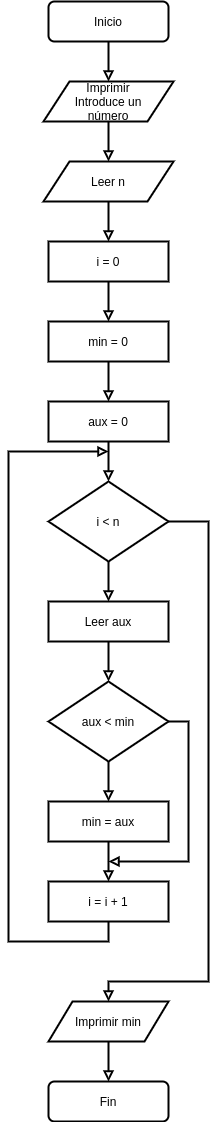
Above: sesion09/ejemplo02/imagenes/imagen1.png in manu-msr/uacm_ip20201 (draw.io), before the change. Source tidied: cells renumbered, new cells last; positions are measured from the earlier drawing's top-left corner, leaving out a move shared by most shapes.
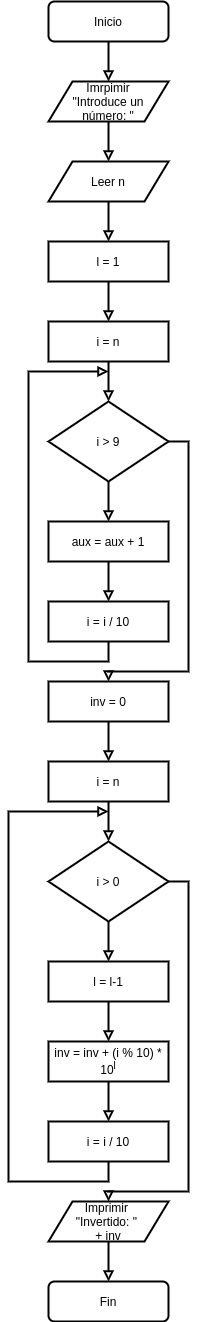
Later version of the same file.

Change to the diagram source:
```diff
@@ -2,105 +2,134 @@
   <root>
     <mxCell id="0" />
     <mxCell id="1" parent="0" />
-    <mxCell id="2" style="edgeStyle=orthogonalEdgeStyle;rounded=0;jettySize=auto;html=1;exitX=0.5;exitY=1;exitDx=0;exitDy=0;entryX=0.5;entryY=0;entryDx=0;entryDy=0;endArrow=block;endFill=0;strokeWidth=2;" parent="1" edge="1" source="3" target="5">
-      <mxGeometry relative="1" as="geometry" />
-    </mxCell>
+    <mxCell id="29" style="edgeStyle=orthogonalEdgeStyle;rounded=0;jettySize=auto;html=1;exitX=0.5;exitY=1;exitDx=0;exitDy=0;entryX=0.5;entryY=0;entryDx=0;entryDy=0;strokeWidth=2;endArrow=block;endFill=0;" parent="1" edge="1" source="3" target="31">
+      <mxGeometry relative="1" as="geometry" />
+    </mxCell>
     <mxCell id="3" value="Inicio" style="rounded=1;whiteSpace=wrap;html=1;strokeWidth=2;" parent="1" vertex="1">
-      <mxGeometry x="40" width="120" height="40" as="geometry" />
+      <mxGeometry x="120" width="120" height="40" as="geometry" />
     </mxCell>
-    <mxCell id="4" style="edgeStyle=orthogonalEdgeStyle;rounded=0;jettySize=auto;html=1;exitX=0.5;exitY=1;exitDx=0;exitDy=0;entryX=0.5;entryY=0;entryDx=0;entryDy=0;endArrow=block;endFill=0;strokeWidth=2;" parent="1" edge="1" source="5" target="7">
-      <mxGeometry relative="1" as="geometry" />
-    </mxCell>
-    <mxCell id="5" value="Imprimir&lt;br&gt;Introduce un&lt;br&gt;número" style="shape=parallelogram;perimeter=parallelogramPerimeter;whiteSpace=wrap;html=1;strokeWidth=2;" parent="1" vertex="1">
-      <mxGeometry x="35" y="80" width="130" height="40" as="geometry" />
-    </mxCell>
-    <mxCell id="6" style="edgeStyle=orthogonalEdgeStyle;rounded=0;jettySize=auto;html=1;exitX=0.5;exitY=1;exitDx=0;exitDy=0;entryX=0.5;entryY=0;entryDx=0;entryDy=0;endArrow=block;endFill=0;strokeWidth=2;" parent="1" edge="1" source="7" target="9">
-      <mxGeometry relative="1" as="geometry" />
-    </mxCell>
+    <mxCell id="30" style="edgeStyle=orthogonalEdgeStyle;rounded=0;jettySize=auto;html=1;exitX=0.5;exitY=1;exitDx=0;exitDy=0;endArrow=block;endFill=0;strokeWidth=2;" parent="1" edge="1" source="31" target="7">
+      <mxGeometry relative="1" as="geometry" />
+    </mxCell>
+    <mxCell id="31" value="Imrpimir&lt;br&gt;&quot;Introduce un&lt;br&gt;número: &quot;" style="shape=parallelogram;perimeter=parallelogramPerimeter;whiteSpace=wrap;html=1;strokeWidth=2;" parent="1" vertex="1">
+      <mxGeometry x="120" y="80" width="120" height="40" as="geometry" />
+    </mxCell>
+    <mxCell id="32" style="edgeStyle=orthogonalEdgeStyle;rounded=0;jettySize=auto;html=1;exitX=0.5;exitY=1;exitDx=0;exitDy=0;entryX=0.5;entryY=0;entryDx=0;entryDy=0;endArrow=block;endFill=0;strokeWidth=2;" parent="1" edge="1" source="7" target="34">
+      <mxGeometry relative="1" as="geometry" />
+    </mxCell>
     <mxCell id="7" value="Leer n" style="shape=parallelogram;perimeter=parallelogramPerimeter;whiteSpace=wrap;html=1;strokeWidth=2;" parent="1" vertex="1">
-      <mxGeometry x="35" y="160" width="130" height="40" as="geometry" />
+      <mxGeometry x="120" y="160" width="120" height="40" as="geometry" />
     </mxCell>
-    <mxCell id="8" style="edgeStyle=orthogonalEdgeStyle;rounded=0;jettySize=auto;html=1;exitX=0.5;exitY=1;exitDx=0;exitDy=0;endArrow=block;endFill=0;strokeWidth=2;" parent="1" edge="1" source="9" target="11">
-      <mxGeometry relative="1" as="geometry" />
-    </mxCell>
-    <mxCell id="9" value="i = 0" style="rounded=0;whiteSpace=wrap;html=1;strokeWidth=2;" parent="1" vertex="1">
-      <mxGeometry x="40" y="240" width="120" height="40" as="geometry" />
-    </mxCell>
-    <mxCell id="10" style="edgeStyle=orthogonalEdgeStyle;rounded=0;jettySize=auto;html=1;exitX=0.5;exitY=1;exitDx=0;exitDy=0;entryX=0.5;entryY=0;entryDx=0;entryDy=0;endArrow=block;endFill=0;strokeWidth=2;" parent="1" edge="1" source="11" target="13">
-      <mxGeometry relative="1" as="geometry" />
-    </mxCell>
-    <mxCell id="11" value="min = 0" style="rounded=0;whiteSpace=wrap;html=1;strokeWidth=2;" parent="1" vertex="1">
-      <mxGeometry x="40" y="320" width="120" height="40" as="geometry" />
-    </mxCell>
-    <mxCell id="12" style="edgeStyle=orthogonalEdgeStyle;rounded=0;jettySize=auto;html=1;exitX=0.5;exitY=1;exitDx=0;exitDy=0;entryX=0.5;entryY=0;entryDx=0;entryDy=0;endArrow=block;endFill=0;strokeWidth=2;" parent="1" edge="1" source="13" target="16">
-      <mxGeometry relative="1" as="geometry" />
-    </mxCell>
-    <mxCell id="13" value="aux = 0" style="rounded=0;whiteSpace=wrap;html=1;strokeWidth=2;" parent="1" vertex="1">
-      <mxGeometry x="40" y="400" width="120" height="40" as="geometry" />
-    </mxCell>
-    <mxCell id="14" style="edgeStyle=orthogonalEdgeStyle;rounded=0;jettySize=auto;html=1;exitX=0.5;exitY=1;exitDx=0;exitDy=0;endArrow=block;endFill=0;strokeWidth=2;" parent="1" edge="1" source="16" target="18">
-      <mxGeometry relative="1" as="geometry" />
-    </mxCell>
-    <mxCell id="15" style="edgeStyle=orthogonalEdgeStyle;rounded=0;jettySize=auto;html=1;exitX=1;exitY=0.5;exitDx=0;exitDy=0;endArrow=block;endFill=0;strokeWidth=2;" parent="1" edge="1" source="16" target="27">
-      <mxGeometry relative="1" as="geometry">
-        <Array as="points">
-          <mxPoint x="200" y="520" />
-          <mxPoint x="200" y="980" />
-          <mxPoint x="100" y="980" />
-        </Array>
-      </mxGeometry>
-    </mxCell>
-    <mxCell id="16" value="i &amp;lt; n" style="rhombus;whiteSpace=wrap;html=1;strokeWidth=2;" parent="1" vertex="1">
-      <mxGeometry x="40" y="480" width="120" height="80" as="geometry" />
-    </mxCell>
-    <mxCell id="17" style="edgeStyle=orthogonalEdgeStyle;rounded=0;jettySize=auto;html=1;exitX=0.5;exitY=1;exitDx=0;exitDy=0;entryX=0.5;entryY=0;entryDx=0;entryDy=0;endArrow=block;endFill=0;strokeWidth=2;" parent="1" edge="1" source="18" target="21">
-      <mxGeometry relative="1" as="geometry" />
-    </mxCell>
-    <mxCell id="18" value="Leer aux" style="rounded=0;whiteSpace=wrap;html=1;strokeWidth=2;" parent="1" vertex="1">
-      <mxGeometry x="40" y="600" width="120" height="40" as="geometry" />
-    </mxCell>
-    <mxCell id="19" style="edgeStyle=orthogonalEdgeStyle;rounded=0;jettySize=auto;html=1;exitX=0.5;exitY=1;exitDx=0;exitDy=0;entryX=0.5;entryY=0;entryDx=0;entryDy=0;endArrow=block;endFill=0;strokeWidth=2;" parent="1" edge="1" source="21" target="23">
-      <mxGeometry relative="1" as="geometry" />
-    </mxCell>
-    <mxCell id="20" style="edgeStyle=orthogonalEdgeStyle;rounded=0;jettySize=auto;html=1;exitX=1;exitY=0.5;exitDx=0;exitDy=0;endArrow=block;endFill=0;strokeWidth=2;" parent="1" edge="1" source="21">
-      <mxGeometry relative="1" as="geometry">
-        <mxPoint x="100" y="860" as="targetPoint" />
-        <Array as="points">
-          <mxPoint x="180" y="720" />
-          <mxPoint x="180" y="860" />
-        </Array>
-      </mxGeometry>
-    </mxCell>
-    <mxCell id="21" value="aux &amp;lt; min" style="rhombus;whiteSpace=wrap;html=1;strokeWidth=2;" parent="1" vertex="1">
-      <mxGeometry x="40" y="680" width="120" height="80" as="geometry" />
-    </mxCell>
-    <mxCell id="22" style="edgeStyle=orthogonalEdgeStyle;rounded=0;jettySize=auto;html=1;exitX=0.5;exitY=1;exitDx=0;exitDy=0;entryX=0.5;entryY=0;entryDx=0;entryDy=0;endArrow=block;endFill=0;strokeWidth=2;" parent="1" edge="1" source="23" target="25">
-      <mxGeometry relative="1" as="geometry" />
-    </mxCell>
-    <mxCell id="23" value="min = aux" style="rounded=0;whiteSpace=wrap;html=1;strokeWidth=2;" parent="1" vertex="1">
-      <mxGeometry x="40" y="800" width="120" height="40" as="geometry" />
-    </mxCell>
-    <mxCell id="24" style="edgeStyle=orthogonalEdgeStyle;rounded=0;jettySize=auto;html=1;exitX=0.5;exitY=1;exitDx=0;exitDy=0;endArrow=block;endFill=0;strokeWidth=2;" parent="1" edge="1" source="25">
-      <mxGeometry relative="1" as="geometry">
-        <mxPoint x="100" y="450" as="targetPoint" />
-        <Array as="points">
-          <mxPoint x="100" y="940" />
-          <mxPoint y="940" />
-          <mxPoint y="450" />
-        </Array>
-      </mxGeometry>
-    </mxCell>
-    <mxCell id="25" value="i = i + 1" style="rounded=0;whiteSpace=wrap;html=1;strokeWidth=2;" parent="1" vertex="1">
-      <mxGeometry x="40" y="880" width="120" height="40" as="geometry" />
-    </mxCell>
-    <mxCell id="26" style="edgeStyle=orthogonalEdgeStyle;rounded=0;jettySize=auto;html=1;exitX=0.5;exitY=1;exitDx=0;exitDy=0;entryX=0.5;entryY=0;entryDx=0;entryDy=0;endArrow=block;endFill=0;strokeWidth=2;" parent="1" edge="1" source="27" target="28">
-      <mxGeometry relative="1" as="geometry" />
-    </mxCell>
-    <mxCell id="27" value="Imprimir min" style="shape=parallelogram;perimeter=parallelogramPerimeter;whiteSpace=wrap;html=1;strokeWidth=2;" parent="1" vertex="1">
-      <mxGeometry x="40" y="1000" width="120" height="40" as="geometry" />
-    </mxCell>
+    <mxCell id="33" style="edgeStyle=orthogonalEdgeStyle;rounded=0;jettySize=auto;html=1;exitX=0.5;exitY=1;exitDx=0;exitDy=0;entryX=0.5;entryY=0;entryDx=0;entryDy=0;endArrow=block;endFill=0;strokeWidth=2;" parent="1" edge="1" source="34" target="36">
+      <mxGeometry relative="1" as="geometry" />
+    </mxCell>
+    <mxCell id="34" value="l = 1" style="rounded=0;whiteSpace=wrap;html=1;strokeWidth=2;" parent="1" vertex="1">
+      <mxGeometry x="120" y="240" width="120" height="40" as="geometry" />
+    </mxCell>
+    <mxCell id="35" style="edgeStyle=orthogonalEdgeStyle;rounded=0;jettySize=auto;html=1;exitX=0.5;exitY=1;exitDx=0;exitDy=0;entryX=0.5;entryY=0;entryDx=0;entryDy=0;endArrow=block;endFill=0;strokeWidth=2;" parent="1" edge="1" source="36" target="39">
+      <mxGeometry relative="1" as="geometry" />
+    </mxCell>
+    <mxCell id="36" value="i = n" style="rounded=0;whiteSpace=wrap;html=1;strokeWidth=2;" parent="1" vertex="1">
+      <mxGeometry x="120" y="320" width="120" height="40" as="geometry" />
+    </mxCell>
+    <mxCell id="37" style="edgeStyle=orthogonalEdgeStyle;rounded=0;jettySize=auto;html=1;exitX=0.5;exitY=1;exitDx=0;exitDy=0;entryX=0.5;entryY=0;entryDx=0;entryDy=0;endArrow=block;endFill=0;strokeWidth=2;" parent="1" edge="1" source="39" target="41">
+      <mxGeometry relative="1" as="geometry" />
+    </mxCell>
+    <mxCell id="38" style="edgeStyle=orthogonalEdgeStyle;rounded=0;jettySize=auto;html=1;exitX=1;exitY=0.5;exitDx=0;exitDy=0;endArrow=block;endFill=0;strokeWidth=2;" parent="1" edge="1" source="39">
+      <mxGeometry relative="1" as="geometry">
+        <mxPoint x="180" y="680" as="targetPoint" />
+        <Array as="points">
+          <mxPoint x="260" y="440" />
+          <mxPoint x="260" y="670" />
+          <mxPoint x="180" y="670" />
+        </Array>
+      </mxGeometry>
+    </mxCell>
+    <mxCell id="39" value="i &amp;gt; 9" style="rhombus;whiteSpace=wrap;html=1;strokeWidth=2;" parent="1" vertex="1">
+      <mxGeometry x="120" y="400" width="120" height="80" as="geometry" />
+    </mxCell>
+    <mxCell id="40" style="edgeStyle=orthogonalEdgeStyle;rounded=0;jettySize=auto;html=1;exitX=0.5;exitY=1;exitDx=0;exitDy=0;entryX=0.5;entryY=0;entryDx=0;entryDy=0;endArrow=block;endFill=0;strokeWidth=2;" parent="1" edge="1" source="41" target="43">
+      <mxGeometry relative="1" as="geometry" />
+    </mxCell>
+    <mxCell id="41" value="aux = aux + 1" style="rounded=0;whiteSpace=wrap;html=1;strokeWidth=2;" parent="1" vertex="1">
+      <mxGeometry x="120" y="520" width="120" height="40" as="geometry" />
+    </mxCell>
+    <mxCell id="42" style="edgeStyle=orthogonalEdgeStyle;rounded=0;jettySize=auto;html=1;exitX=0.5;exitY=1;exitDx=0;exitDy=0;endArrow=block;endFill=0;strokeWidth=2;" parent="1" edge="1" source="43">
+      <mxGeometry relative="1" as="geometry">
+        <mxPoint x="180" y="370" as="targetPoint" />
+        <Array as="points">
+          <mxPoint x="180" y="660" />
+          <mxPoint x="100" y="660" />
+          <mxPoint x="100" y="370" />
+        </Array>
+      </mxGeometry>
+    </mxCell>
+    <mxCell id="43" value="i = i / 10" style="rounded=0;whiteSpace=wrap;html=1;strokeWidth=2;" parent="1" vertex="1">
+      <mxGeometry x="120" y="600" width="120" height="40" as="geometry" />
+    </mxCell>
+    <mxCell id="44" style="edgeStyle=orthogonalEdgeStyle;rounded=0;orthogonalLoop=1;jettySize=auto;html=1;exitX=0.5;exitY=1;exitDx=0;exitDy=0;" parent="1" edge="1" source="43" target="43">
+      <mxGeometry relative="1" as="geometry" />
+    </mxCell>
+    <mxCell id="45" style="edgeStyle=orthogonalEdgeStyle;rounded=0;jettySize=auto;html=1;exitX=0.5;exitY=1;exitDx=0;exitDy=0;entryX=0.5;entryY=0;entryDx=0;entryDy=0;endArrow=block;endFill=0;strokeWidth=2;" parent="1" edge="1" source="46" target="48">
+      <mxGeometry relative="1" as="geometry" />
+    </mxCell>
+    <mxCell id="46" value="inv = 0" style="rounded=0;whiteSpace=wrap;html=1;strokeWidth=2;" parent="1" vertex="1">
+      <mxGeometry x="120" y="680" width="120" height="40" as="geometry" />
+    </mxCell>
+    <mxCell id="47" style="edgeStyle=orthogonalEdgeStyle;rounded=0;jettySize=auto;html=1;exitX=0.5;exitY=1;exitDx=0;exitDy=0;entryX=0.5;entryY=0;entryDx=0;entryDy=0;endArrow=block;endFill=0;strokeWidth=2;" parent="1" edge="1" source="48" target="51">
+      <mxGeometry relative="1" as="geometry" />
+    </mxCell>
+    <mxCell id="48" value="i = n" style="rounded=0;whiteSpace=wrap;html=1;strokeWidth=2;" parent="1" vertex="1">
+      <mxGeometry x="120" y="760" width="120" height="40" as="geometry" />
+    </mxCell>
+    <mxCell id="49" style="edgeStyle=orthogonalEdgeStyle;rounded=0;jettySize=auto;html=1;exitX=0.5;exitY=1;exitDx=0;exitDy=0;entryX=0.5;entryY=0;entryDx=0;entryDy=0;endArrow=block;endFill=0;strokeWidth=2;" parent="1" edge="1" source="51" target="59">
+      <mxGeometry relative="1" as="geometry" />
+    </mxCell>
+    <mxCell id="50" style="edgeStyle=orthogonalEdgeStyle;rounded=0;jettySize=auto;html=1;exitX=1;exitY=0.5;exitDx=0;exitDy=0;entryX=0.5;entryY=0;entryDx=0;entryDy=0;endArrow=block;endFill=0;strokeWidth=2;" parent="1" edge="1" source="51" target="57">
+      <mxGeometry relative="1" as="geometry">
+        <Array as="points">
+          <mxPoint x="260" y="880" />
+          <mxPoint x="260" y="1190" />
+          <mxPoint x="180" y="1190" />
+        </Array>
+      </mxGeometry>
+    </mxCell>
+    <mxCell id="51" value="i &amp;gt; 0" style="rhombus;whiteSpace=wrap;html=1;strokeWidth=2;" parent="1" vertex="1">
+      <mxGeometry x="120" y="840" width="120" height="80" as="geometry" />
+    </mxCell>
+    <mxCell id="52" style="edgeStyle=orthogonalEdgeStyle;rounded=0;jettySize=auto;html=1;exitX=0.5;exitY=1;exitDx=0;exitDy=0;entryX=0.5;entryY=0;entryDx=0;entryDy=0;endArrow=block;endFill=0;strokeWidth=2;" parent="1" edge="1" source="53" target="55">
+      <mxGeometry relative="1" as="geometry" />
+    </mxCell>
+    <mxCell id="53" value="inv = inv + (i % 10) *&lt;br&gt;10&lt;sup&gt;l&lt;/sup&gt;" style="rounded=0;whiteSpace=wrap;html=1;strokeWidth=2;" parent="1" vertex="1">
+      <mxGeometry x="120" y="1040" width="120" height="40" as="geometry" />
+    </mxCell>
+    <mxCell id="54" style="edgeStyle=orthogonalEdgeStyle;rounded=0;jettySize=auto;html=1;exitX=0.5;exitY=1;exitDx=0;exitDy=0;endArrow=block;endFill=0;strokeWidth=2;" parent="1" edge="1" source="55">
+      <mxGeometry relative="1" as="geometry">
+        <mxPoint x="180" y="810" as="targetPoint" />
+        <Array as="points">
+          <mxPoint x="180" y="1180" />
+          <mxPoint x="80" y="1180" />
+          <mxPoint x="80" y="810" />
+        </Array>
+      </mxGeometry>
+    </mxCell>
+    <mxCell id="55" value="i = i / 10" style="rounded=0;whiteSpace=wrap;html=1;strokeWidth=2;" parent="1" vertex="1">
+      <mxGeometry x="120" y="1120" width="120" height="40" as="geometry" />
+    </mxCell>
+    <mxCell id="56" style="edgeStyle=orthogonalEdgeStyle;rounded=0;jettySize=auto;html=1;exitX=0.5;exitY=1;exitDx=0;exitDy=0;entryX=0.5;entryY=0;entryDx=0;entryDy=0;endArrow=block;endFill=0;strokeWidth=2;" parent="1" edge="1" source="57" target="28">
+      <mxGeometry relative="1" as="geometry" />
+    </mxCell>
+    <mxCell id="57" value="Imprimir&amp;nbsp;&lt;br&gt;&quot;Invertido: &quot; &lt;br&gt;+ inv" style="shape=parallelogram;perimeter=parallelogramPerimeter;whiteSpace=wrap;html=1;strokeWidth=2;" parent="1" vertex="1">
+      <mxGeometry x="120" y="1200" width="120" height="40" as="geometry" />
+    </mxCell>
     <mxCell id="28" value="Fin" style="rounded=1;whiteSpace=wrap;html=1;strokeWidth=2;" parent="1" vertex="1">
-      <mxGeometry x="40" y="1080" width="120" height="40" as="geometry" />
+      <mxGeometry x="120" y="1280" width="120" height="40" as="geometry" />
     </mxCell>
+    <mxCell id="58" style="edgeStyle=orthogonalEdgeStyle;rounded=0;jettySize=auto;html=1;exitX=0.5;exitY=1;exitDx=0;exitDy=0;entryX=0.5;entryY=0;entryDx=0;entryDy=0;endArrow=block;endFill=0;strokeWidth=2;" parent="1" edge="1" source="59" target="53">
+      <mxGeometry relative="1" as="geometry" />
+    </mxCell>
+    <mxCell id="59" value="l = l-1" style="rounded=0;whiteSpace=wrap;html=1;strokeWidth=2;" parent="1" vertex="1">
+      <mxGeometry x="120" y="960" width="120" height="40" as="geometry" />
+    </mxCell>
   </root>
 </mxGraphModel>
```
